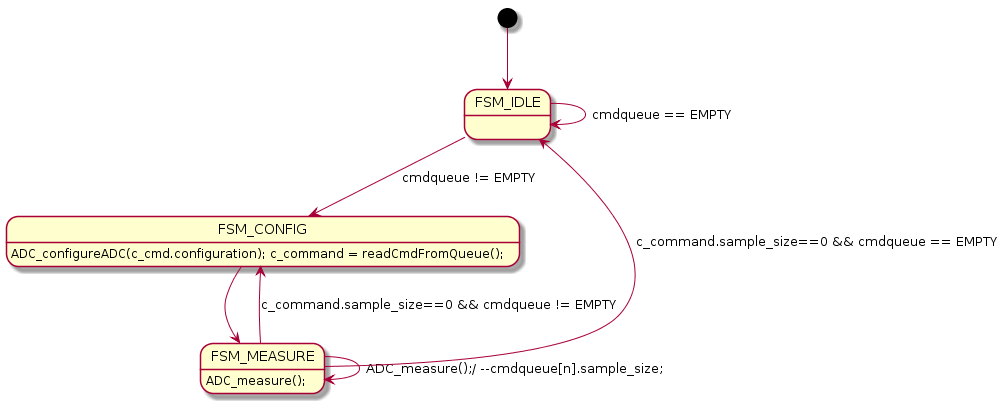
kolfest/loputoo keeps this PlantUML diagram as DOC/UML/FSM/FSM.png. Above is the earlier version. Its diagram source:
```plantuml
@startuml
[*] --> FSM_IDLE
FSM_IDLE-->FSM_IDLE: cmdqueue == EMPTY
FSM_IDLE --> FSM_CONFIG: cmdqueue != EMPTY
FSM_CONFIG:ADC_configureADC(c_cmd.configuration); c_command = readCmdFromQueue();
FSM_CONFIG --> FSM_MEASURE
FSM_MEASURE: ADC_measure();
FSM_MEASURE--> FSM_MEASURE:ADC_measure();/ --cmdqueue[n].sample_size;
FSM_MEASURE--> FSM_IDLE: c_command.sample_size==0 && cmdqueue == EMPTY
FSM_MEASURE--> FSM_CONFIG: c_command.sample_size==0 && cmdqueue != EMPTY
@enduml
```
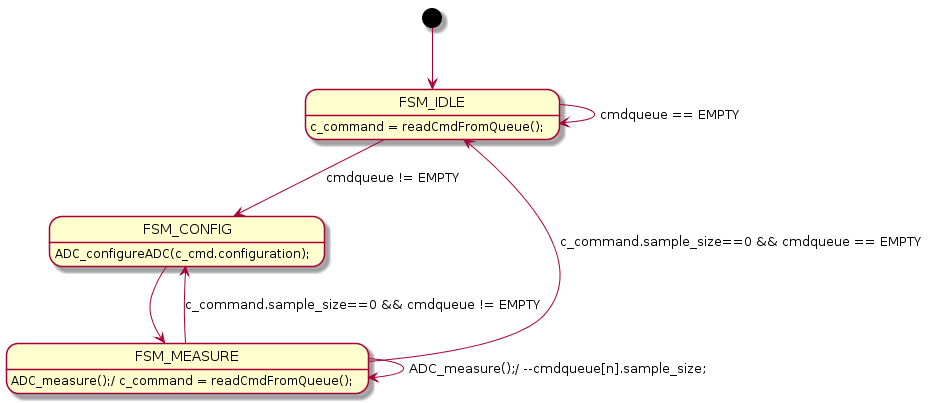
Above is the later version.

What changed in the source:
```diff
@@ -1,10 +1,11 @@
 @startuml
 [*] --> FSM_IDLE
+FSM_IDLE:c_command = readCmdFromQueue();
 FSM_IDLE-->FSM_IDLE: cmdqueue == EMPTY
 FSM_IDLE --> FSM_CONFIG: cmdqueue != EMPTY
-FSM_CONFIG:ADC_configureADC(c_cmd.configuration); c_command = readCmdFromQueue();
+FSM_CONFIG:ADC_configureADC(c_cmd.configuration);
 FSM_CONFIG --> FSM_MEASURE
-FSM_MEASURE: ADC_measure();
+FSM_MEASURE: ADC_measure();/ c_command = readCmdFromQueue();
 FSM_MEASURE--> FSM_MEASURE:ADC_measure();/ --cmdqueue[n].sample_size;
 FSM_MEASURE--> FSM_IDLE: c_command.sample_size==0 && cmdqueue == EMPTY
 FSM_MEASURE--> FSM_CONFIG: c_command.sample_size==0 && cmdqueue != EMPTY
```
